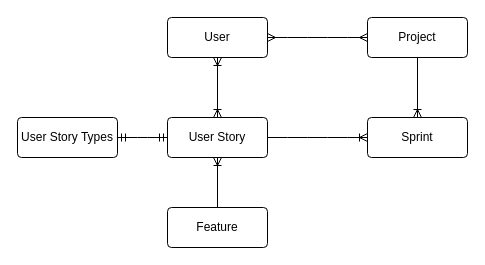
TitusCln/ScrumBoardSystem-back keeps this draw.io diagram as ER Diagram.drawio. Above is the earlier version. Source tidied: cells renumbered, new cells numbered last; positions are measured from the earlier drawing's top-left corner, leaving out a move shared by most shapes. Both pictures are drawn from the tidied source at 100%, with x=0, y=0 at pixel (17, 17).
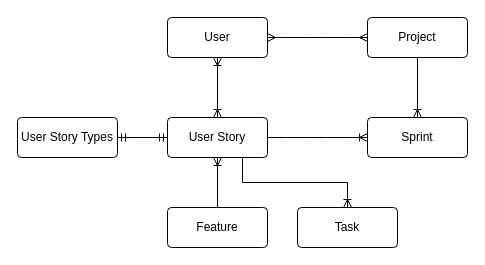
Above is the later version.

Commit message:
Update ER Diagram.drawio added task entity

Change to the diagram source:
```diff
@@
 <mxGraphModel>
   <root>
     <mxCell id="0" />
     <mxCell id="1" parent="0" />
     <mxCell id="2" style="edgeStyle=orthogonalEdgeStyle;rounded=1;jettySize=auto;html=1;exitX=0.5;exitY=1;exitDx=0;exitDy=0;endArrow=none;endFill=0;startArrow=ERoneToMany;startFill=0;" parent="1" edge="1" source="3" target="13">
       <mxGeometry relative="1" as="geometry" />
     </mxCell>
+    <mxCell id="14" style="edgeStyle=orthogonalEdgeStyle;rounded=0;jettySize=auto;html=1;exitX=0.75;exitY=1;exitDx=0;exitDy=0;entryX=0.5;entryY=0;entryDx=0;entryDy=0;endArrow=ERoneToMany;endFill=0;" parent="1" edge="1" source="3" target="15">
+      <mxGeometry relative="1" as="geometry" />
+    </mxCell>
     <mxCell id="3" value="User Story" style="rounded=1;arcSize=10;whiteSpace=wrap;html=1;align=center;" parent="1" vertex="1">
       <mxGeometry x="150" y="100" width="100" height="40" as="geometry" />
     </mxCell>
     <mxCell id="4" value="Sprint" style="rounded=1;arcSize=10;whiteSpace=wrap;html=1;align=center;" parent="1" vertex="1">
       <mxGeometry x="350" y="100" width="100" height="40" as="geometry" />
     </mxCell>
     <mxCell id="5" style="edgeStyle=entityRelationEdgeStyle;fontSize=12;html=1;endArrow=ERoneToMany;exitX=1;exitY=0.5;exitDx=0;exitDy=0;entryX=0;entryY=0.5;entryDx=0;entryDy=0;" parent="1" edge="1" source="3" target="4">
       <mxGeometry relative="1" as="geometry" />
     </mxCell>
     <mxCell id="6" style="edgeStyle=orthogonalEdgeStyle;rounded=1;jettySize=auto;html=1;exitX=0.5;exitY=1;exitDx=0;exitDy=0;endArrow=ERoneToMany;endFill=0;" parent="1" edge="1" source="7" target="4">
       <mxGeometry relative="1" as="geometry" />
     </mxCell>
     <mxCell id="7" value="Project" style="rounded=1;arcSize=10;whiteSpace=wrap;html=1;align=center;" parent="1" vertex="1">
       <mxGeometry x="350" width="100" height="40" as="geometry" />
     </mxCell>
     <mxCell id="8" style="edgeStyle=orthogonalEdgeStyle;rounded=1;jettySize=auto;html=1;exitX=0.5;exitY=1;exitDx=0;exitDy=0;entryX=0.5;entryY=0;entryDx=0;entryDy=0;startArrow=ERoneToMany;startFill=0;endArrow=ERoneToMany;endFill=0;" parent="1" edge="1" source="9" target="3">
       <mxGeometry relative="1" as="geometry" />
     </mxCell>
     <mxCell id="9" value="User" style="rounded=1;arcSize=10;whiteSpace=wrap;html=1;align=center;" parent="1" vertex="1">
       <mxGeometry x="150" width="100" height="40" as="geometry" />
     </mxCell>
     <mxCell id="10" style="edgeStyle=entityRelationEdgeStyle;fontSize=12;html=1;endArrow=ERmany;startArrow=ERmany;exitX=1;exitY=0.5;exitDx=0;exitDy=0;entryX=0;entryY=0.5;entryDx=0;entryDy=0;" parent="1" edge="1" source="9" target="7">
       <mxGeometry relative="1" as="geometry" />
     </mxCell>
     <mxCell id="11" value="User Story Types" style="rounded=1;arcSize=10;whiteSpace=wrap;html=1;align=center;" parent="1" vertex="1">
       <mxGeometry y="100" width="100" height="40" as="geometry" />
     </mxCell>
     <mxCell id="12" style="edgeStyle=entityRelationEdgeStyle;fontSize=12;html=1;endArrow=ERmandOne;startArrow=ERmandOne;exitX=1;exitY=0.5;exitDx=0;exitDy=0;entryX=0;entryY=0.5;entryDx=0;entryDy=0;" parent="1" edge="1" source="11" target="3">
       <mxGeometry relative="1" as="geometry" />
     </mxCell>
     <mxCell id="13" value="Feature" style="rounded=1;arcSize=10;whiteSpace=wrap;html=1;align=center;" parent="1" vertex="1">
       <mxGeometry x="150" y="190" width="100" height="40" as="geometry" />
     </mxCell>
+    <mxCell id="15" value="Task" style="rounded=1;arcSize=10;whiteSpace=wrap;html=1;align=center;" parent="1" vertex="1">
+      <mxGeometry x="280" y="190" width="100" height="40" as="geometry" />
+    </mxCell>
   </root>
 </mxGraphModel>
```
